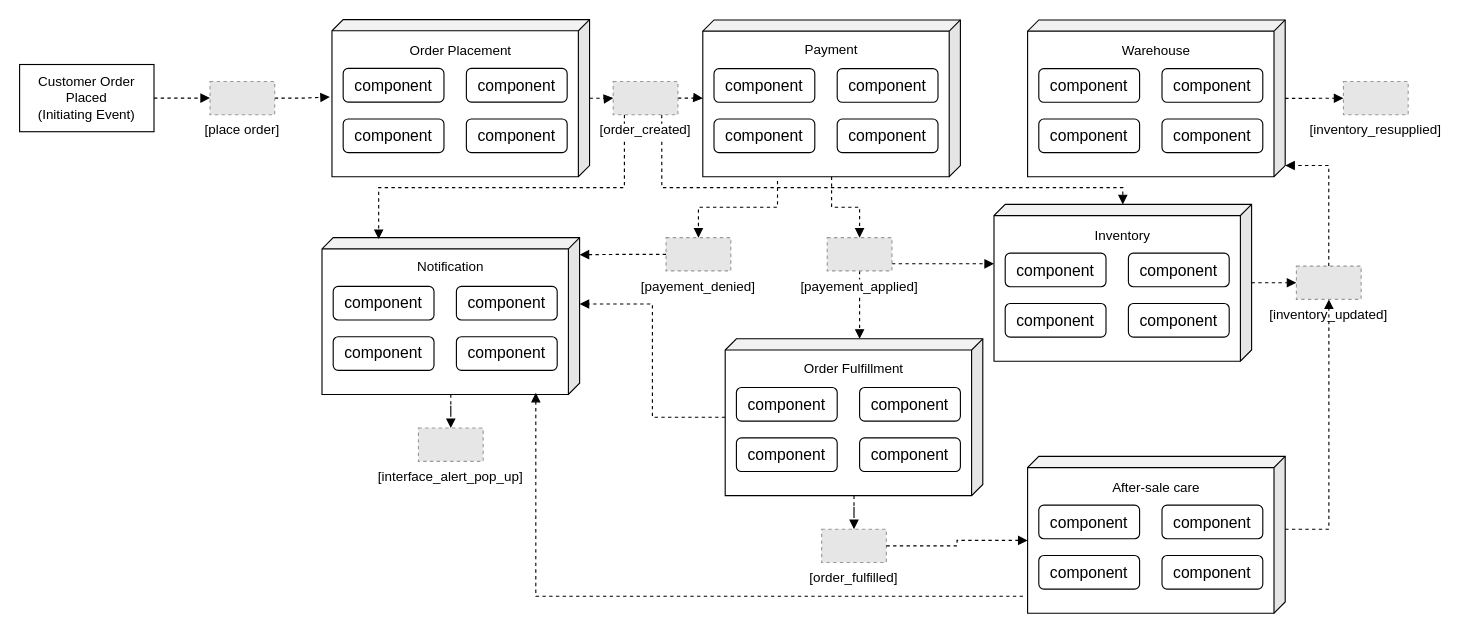
This is Point-of-sale System-Event Driven Architecture-Broker Topology.drawio from 20104796/pic, a draw.io file, before an edit. Source tidied: cells renumbered, new cells numbered last; positions are measured from the earlier drawing's top-left corner, leaving out a move shared by most shapes. Both pictures are drawn from the tidied source at 112%, with x=0, y=0 at pixel (19, 19). Pictures stored in the file or linked from it are replaced by grey dashed boxes.
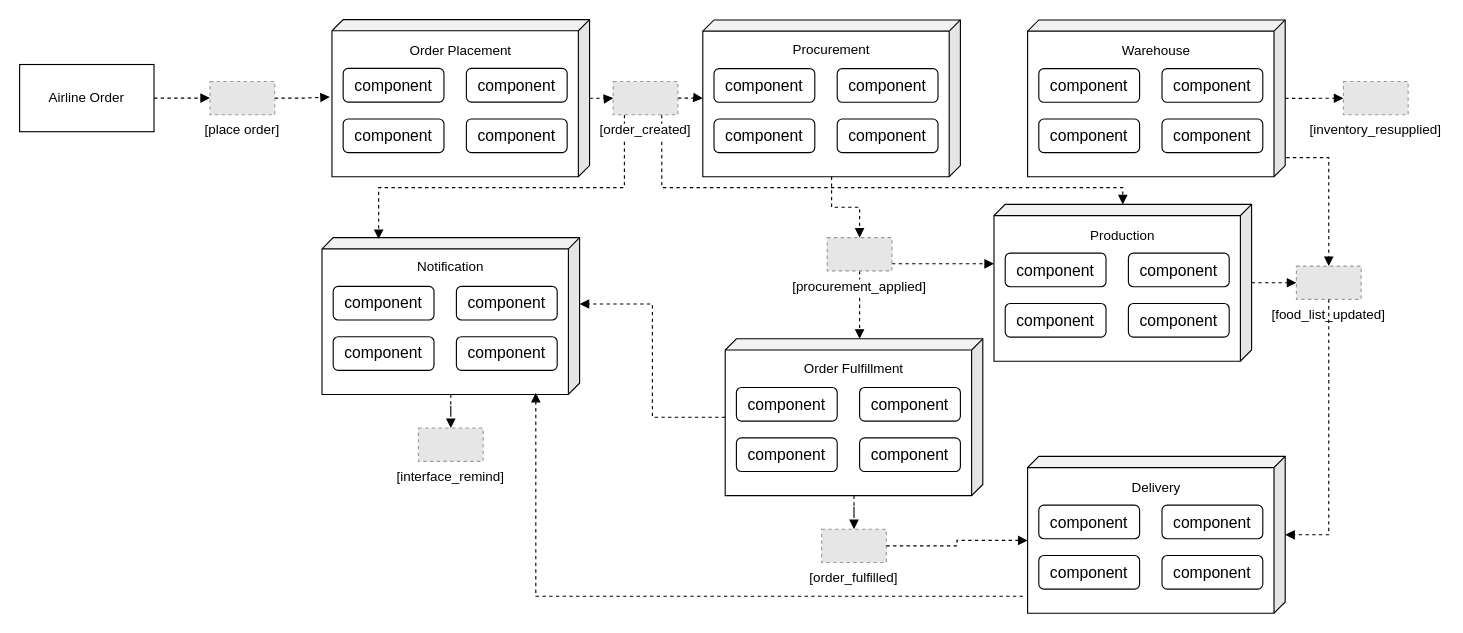
The same diagram, later.

Unchanged cells that the change refers to:
```xml
<mxCell id="9" style="group;" parent="1" vertex="1">
  <mxGeometry x="610" y="0.3" width="230" height="140" as="geometry" />
</mxCell>
<mxCell id="10" style="shape=cube;whiteSpace=wrap;html=1;boundedLbl=1;backgroundOutline=1;darkOpacity=0.05;darkOpacity2=0.1;size=10;flipH=1;" parent="9" vertex="1">
  <mxGeometry width="230" height="140" as="geometry" />
</mxCell>
<mxCell id="17" style="group;" parent="1" vertex="1">
  <mxGeometry x="900" y="390" width="230" height="140" as="geometry" />
</mxCell>
<mxCell id="18" style="shape=cube;whiteSpace=wrap;html=1;boundedLbl=1;backgroundOutline=1;darkOpacity=0.05;darkOpacity2=0.1;size=10;flipH=1;" parent="17" vertex="1">
  <mxGeometry width="230" height="140" as="geometry" />
</mxCell>
<mxCell id="33" style="group;" parent="1" vertex="1">
  <mxGeometry x="870" y="165" width="230" height="140" as="geometry" />
</mxCell>
<mxCell id="43" style="shape=cube;whiteSpace=wrap;html=1;boundedLbl=1;backgroundOutline=1;darkOpacity=0.05;darkOpacity2=0.1;size=10;flipH=1;" parent="42" vertex="1">
  <mxGeometry width="230" height="140" as="geometry" />
</mxCell>
<mxCell id="51" style="group;" parent="1" vertex="1">
  <mxGeometry x="270" y="194.7" width="230" height="199.7" as="geometry" />
</mxCell>
<mxCell id="53" style="shape=cube;whiteSpace=wrap;html=1;boundedLbl=1;backgroundOutline=1;darkOpacity=0.05;darkOpacity2=0.1;size=10;flipH=1;" parent="52" vertex="1">
  <mxGeometry width="230" height="140" as="geometry" />
</mxCell>
```

What changed in the source:
```diff
@@
-    <mxCell id="5" value="Customer Order Placed&lt;br&gt;(Initiating Event)" style="rounded=0;whiteSpace=wrap;html=1;" parent="1" vertex="1">
+    <mxCell id="5" value="Airline Order" style="rounded=0;whiteSpace=wrap;html=1;" parent="1" vertex="1">
       <mxGeometry y="40.1" width="120" height="60" as="geometry" />
     </mxCell>
@@
-    <mxCell id="8" value="[payement_applied]" style="fillColor=#E6E6E6;strokeColor=#999999;dashed=1;verticalLabelPosition=bottom;labelBackgroundColor=default;verticalAlign=top;" parent="1" vertex="1">
+    <mxCell id="8" value="[procurement_applied]" style="fillColor=#E6E6E6;strokeColor=#999999;dashed=1;verticalLabelPosition=bottom;labelBackgroundColor=default;verticalAlign=top;" parent="1" vertex="1">
       <mxGeometry x="721.1" y="194.7" width="57.8" height="29.7" as="geometry" />
     </mxCell>
@@
-    <mxCell id="15" value="Payment" style="text;html=1;strokeColor=none;fillColor=none;align=center;verticalAlign=middle;whiteSpace=wrap;rounded=0;" parent="9" vertex="1">
+    <mxCell id="15" value="Procurement" style="text;html=1;strokeColor=none;fillColor=none;align=center;verticalAlign=middle;whiteSpace=wrap;rounded=0;" parent="9" vertex="1">
       <mxGeometry x="60" y="20.3" width="110" height="12.5" as="geometry" />
     </mxCell>
@@
-    <mxCell id="23" value="After-sale care" style="text;html=1;strokeColor=none;fillColor=none;align=center;verticalAlign=middle;whiteSpace=wrap;rounded=0;" parent="17" vertex="1">
+    <mxCell id="23" value="Delivery" style="text;html=1;strokeColor=none;fillColor=none;align=center;verticalAlign=middle;whiteSpace=wrap;rounded=0;" parent="17" vertex="1">
       <mxGeometry x="60" y="21.5" width="110" height="12.5" as="geometry" />
     </mxCell>
@@
-    <mxCell id="39" value="Inventory" style="text;html=1;strokeColor=none;fillColor=none;align=center;verticalAlign=middle;whiteSpace=wrap;rounded=0;" parent="33" vertex="1">
+    <mxCell id="39" value="Production" style="text;html=1;strokeColor=none;fillColor=none;align=center;verticalAlign=middle;whiteSpace=wrap;rounded=0;" parent="33" vertex="1">
       <mxGeometry x="60" y="21.5" width="110" height="12.5" as="geometry" />
     </mxCell>
-    <mxCell id="40" style="edgeStyle=orthogonalEdgeStyle;rounded=0;jettySize=auto;html=1;entryX=0;entryY=0;entryDx=0;entryDy=130;entryPerimeter=0;dashed=1;fontColor=#000000;endArrow=block;endFill=1;exitX=0.5;exitY=0;exitDx=0;exitDy=0;" parent="1" edge="1" source="41" target="43">
+    <mxCell id="40" style="edgeStyle=orthogonalEdgeStyle;rounded=0;jettySize=auto;html=1;dashed=1;fontColor=#000000;endArrow=block;endFill=1;exitX=-0.004;exitY=0.878;exitDx=0;exitDy=0;exitPerimeter=0;entryX=0.5;entryY=0;entryDx=0;entryDy=0;" parent="1" edge="1" source="43" target="41">
       <mxGeometry relative="1" as="geometry" />
     </mxCell>
-    <mxCell id="41" value="[inventory_updated]" style="fillColor=#E6E6E6;strokeColor=#999999;dashed=1;verticalLabelPosition=bottom;labelBackgroundColor=default;verticalAlign=top;" parent="1" vertex="1">
+    <mxCell id="41" value="[food_list_updated]" style="fillColor=#E6E6E6;strokeColor=#999999;dashed=1;verticalLabelPosition=bottom;labelBackgroundColor=default;verticalAlign=top;" parent="1" vertex="1">
       <mxGeometry x="1140" y="220.1" width="57.8" height="29.7" as="geometry" />
     </mxCell>
@@
-    <mxCell id="49" style="edgeStyle=orthogonalEdgeStyle;rounded=0;jettySize=auto;html=1;entryX=0;entryY=0.109;entryDx=0;entryDy=0;entryPerimeter=0;dashed=1;fontColor=#000000;endArrow=block;endFill=1;" parent="1" edge="1" source="50" target="53">
-      <mxGeometry relative="1" as="geometry" />
-    </mxCell>
-    <mxCell id="50" value="[payement_denied]" style="fillColor=#E6E6E6;strokeColor=#999999;dashed=1;verticalLabelPosition=bottom;labelBackgroundColor=default;verticalAlign=top;" parent="1" vertex="1">
-      <mxGeometry x="577.2" y="194.7" width="57.8" height="29.7" as="geometry" />
-    </mxCell>
@@
-    <mxCell id="59" value="[interface_alert_pop_up]" style="fillColor=#E6E6E6;strokeColor=#999999;dashed=1;verticalLabelPosition=bottom;labelBackgroundColor=default;verticalAlign=top;" parent="51" vertex="1">
+    <mxCell id="59" value="[interface_remind]" style="fillColor=#E6E6E6;strokeColor=#999999;dashed=1;verticalLabelPosition=bottom;labelBackgroundColor=default;verticalAlign=top;" parent="51" vertex="1">
       <mxGeometry x="86.1" y="170" width="57.8" height="29.7" as="geometry" />
     </mxCell>
@@
-    <mxCell id="75" style="edgeStyle=orthogonalEdgeStyle;rounded=0;jettySize=auto;html=1;dashed=1;fontColor=#000000;endArrow=block;endFill=1;exitX=0;exitY=0;exitDx=0;exitDy=65;exitPerimeter=0;" parent="1" edge="1" source="18" target="41">
-      <mxGeometry relative="1" as="geometry">
-        <Array as="points">
-          <mxPoint x="1169" y="455" />
-        </Array>
-      </mxGeometry>
-    </mxCell>
@@
-    <mxCell id="80" style="edgeStyle=orthogonalEdgeStyle;rounded=0;jettySize=auto;html=1;entryX=0.5;entryY=0;entryDx=0;entryDy=0;dashed=1;fontColor=#000000;endArrow=block;endFill=1;exitX=0.71;exitY=1.027;exitDx=0;exitDy=0;exitPerimeter=0;" parent="1" edge="1" source="10" target="50">
-      <mxGeometry relative="1" as="geometry" />
-    </mxCell>
@@
+    <mxCell id="83" style="edgeStyle=orthogonalEdgeStyle;rounded=0;jettySize=auto;html=1;dashed=1;fontColor=#000000;endArrow=block;endFill=1;exitX=0.5;exitY=1;exitDx=0;exitDy=0;" parent="1" edge="1" source="41" target="18">
+      <mxGeometry relative="1" as="geometry">
+        <Array as="points">
+          <mxPoint x="1169" y="460" />
+        </Array>
+      </mxGeometry>
+    </mxCell>
```
